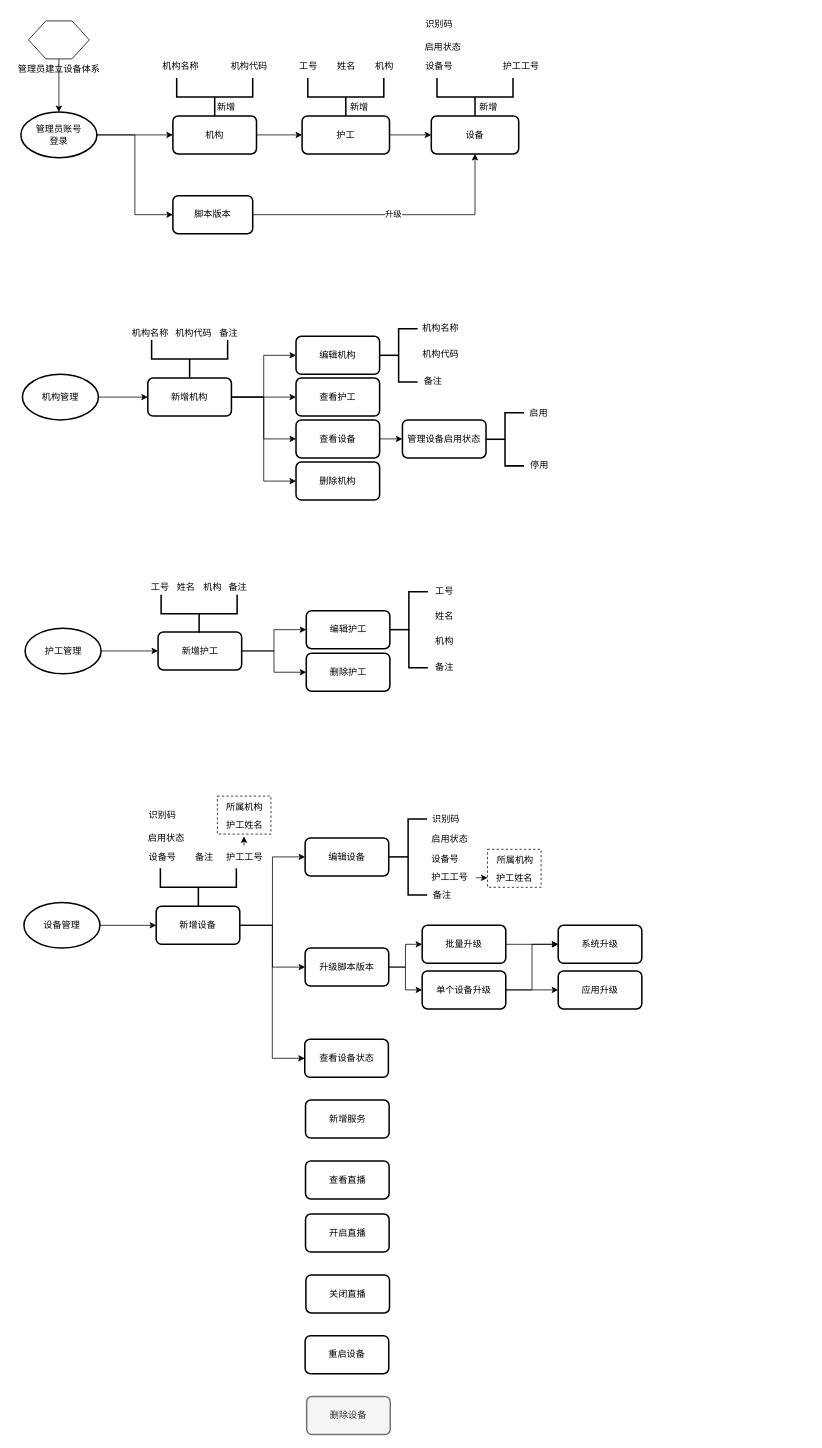
star-devil/diagramsFiles keeps this draw.io diagram as 雷达.drawio. Above is the earlier version. Source tidied: cells renumbered, new cells numbered last; positions are measured from the earlier drawing's top-left corner, leaving out a move shared by most shapes. Both pictures are drawn from the tidied source at 76%, with x=0, y=0 at pixel (21, 13).
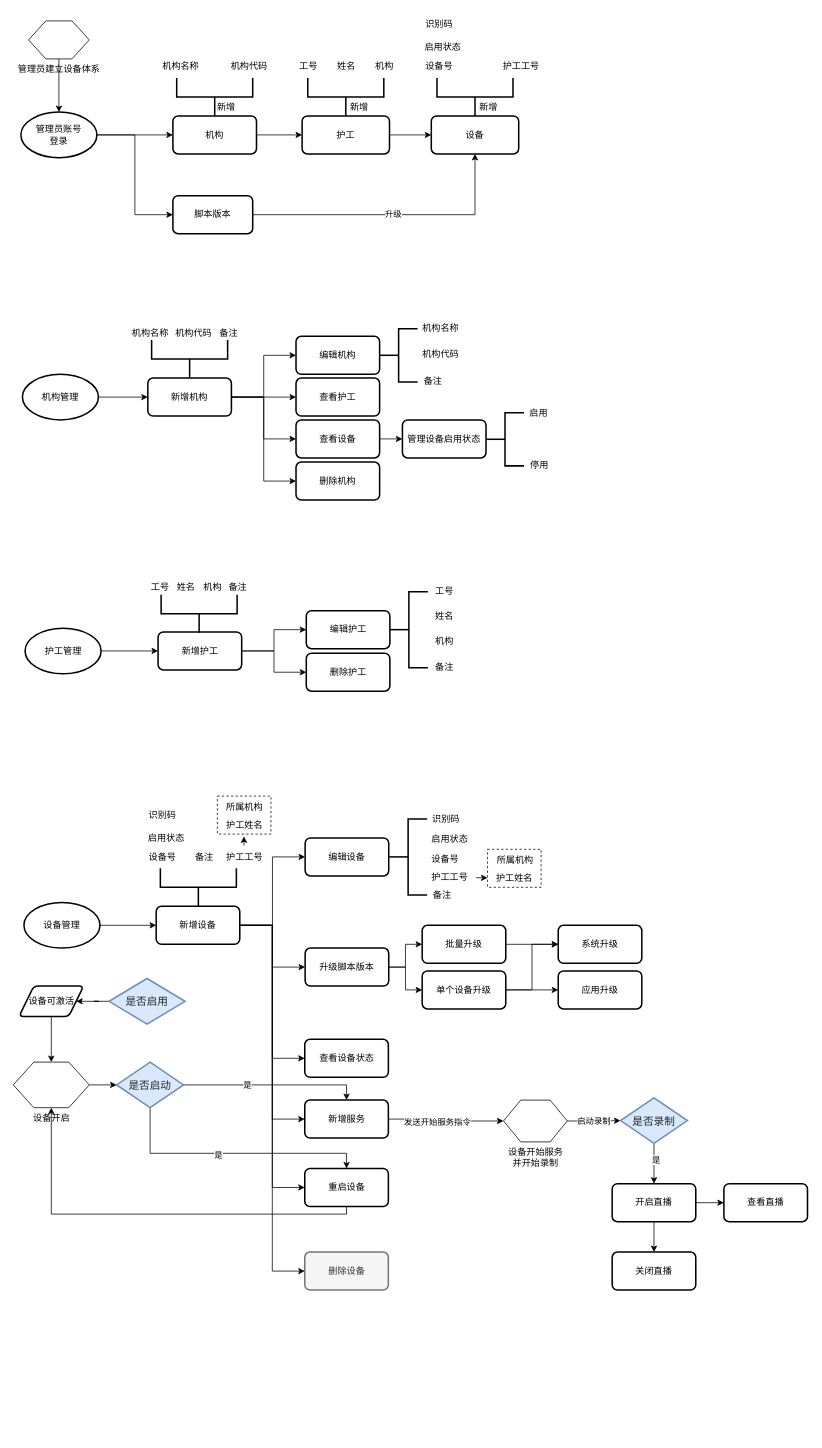
The same page after the edit.

Unchanged cells that the change refers to:
```xml
<mxCell id="76" value="新增设备" style="rounded=1;whiteSpace=wrap;html=1;absoluteArcSize=1;arcSize=14;strokeWidth=2;" parent="1" vertex="1">
  <mxGeometry x="178" y="1175" width="110" height="50" as="geometry" />
</mxCell>
```

Change to the diagram source:
```diff
@@
+    <mxCell id="117" style="edgeStyle=orthogonalEdgeStyle;rounded=0;jettySize=auto;html=1;exitX=1;exitY=0.5;exitDx=0;exitDy=0;entryX=0;entryY=0.5;entryDx=0;entryDy=0;" parent="1" edge="1" source="76" target="108">
+      <mxGeometry relative="1" as="geometry" />
+    </mxCell>
+    <mxCell id="118" style="edgeStyle=orthogonalEdgeStyle;rounded=0;jettySize=auto;html=1;exitX=1;exitY=0.5;exitDx=0;exitDy=0;entryX=0;entryY=0.5;entryDx=0;entryDy=0;" parent="1" edge="1" source="76" target="112">
+      <mxGeometry relative="1" as="geometry" />
+    </mxCell>
+    <mxCell id="119" style="edgeStyle=orthogonalEdgeStyle;rounded=0;jettySize=auto;html=1;exitX=1;exitY=0.5;exitDx=0;exitDy=0;entryX=0;entryY=0.5;entryDx=0;entryDy=0;" parent="1" edge="1" source="76" target="107">
+      <mxGeometry relative="1" as="geometry" />
+    </mxCell>
@@
     <mxCell id="107" value="删除设备" style="rounded=1;whiteSpace=wrap;html=1;absoluteArcSize=1;arcSize=14;strokeWidth=2;fillColor=#f5f5f5;fontColor=#333333;strokeColor=#757575;" parent="1" vertex="1">
-      <mxGeometry x="376" y="1820" width="110" height="50" as="geometry" />
+      <mxGeometry x="373.5" y="1630" width="110" height="50" as="geometry" />
     </mxCell>
+    <mxCell id="120" style="edgeStyle=orthogonalEdgeStyle;rounded=0;jettySize=auto;html=1;exitX=1;exitY=0.5;exitDx=0;exitDy=0;entryX=0;entryY=0.5;entryDx=0;entryDy=0;" parent="1" edge="1" source="108" target="126">
+      <mxGeometry relative="1" as="geometry" />
+    </mxCell>
+    <mxCell id="121" value="发送开始服务指令" style="edgeLabel;html=1;align=center;verticalAlign=middle;" parent="120" vertex="1">
+      <mxGeometry x="-0.18" y="-3" relative="1" as="geometry">
+        <mxPoint x="1" as="offset" />
+      </mxGeometry>
+    </mxCell>
     <mxCell id="108" value="新增服务" style="rounded=1;whiteSpace=wrap;html=1;absoluteArcSize=1;arcSize=14;strokeWidth=2;" parent="1" vertex="1">
-      <mxGeometry x="374.5" y="1430" width="110" height="50" as="geometry" />
+      <mxGeometry x="373.5" y="1430" width="110" height="50" as="geometry" />
     </mxCell>
     <mxCell id="109" value="查看直播" style="rounded=1;whiteSpace=wrap;html=1;absoluteArcSize=1;arcSize=14;strokeWidth=2;" parent="1" vertex="1">
-      <mxGeometry x="374.5" y="1510" width="110" height="50" as="geometry" />
+      <mxGeometry x="925" y="1540" width="110" height="50" as="geometry" />
     </mxCell>
+    <mxCell id="122" style="edgeStyle=orthogonalEdgeStyle;rounded=0;jettySize=auto;html=1;exitX=0.5;exitY=1;exitDx=0;exitDy=0;" parent="1" edge="1" source="110" target="111">
+      <mxGeometry relative="1" as="geometry" />
+    </mxCell>
+    <mxCell id="123" style="edgeStyle=orthogonalEdgeStyle;rounded=0;jettySize=auto;html=1;exitX=1;exitY=0.5;exitDx=0;exitDy=0;entryX=0;entryY=0.5;entryDx=0;entryDy=0;fontColor=#FFFFFF;" parent="1" edge="1" source="110" target="109">
+      <mxGeometry relative="1" as="geometry" />
+    </mxCell>
     <mxCell id="110" value="开启直播" style="rounded=1;whiteSpace=wrap;html=1;absoluteArcSize=1;arcSize=14;strokeWidth=2;" parent="1" vertex="1">
-      <mxGeometry x="374.5" y="1580" width="110" height="50" as="geometry" />
+      <mxGeometry x="778" y="1540" width="110" height="50" as="geometry" />
     </mxCell>
     <mxCell id="111" value="关闭直播" style="rounded=1;whiteSpace=wrap;html=1;absoluteArcSize=1;arcSize=14;strokeWidth=2;" parent="1" vertex="1">
-      <mxGeometry x="375" y="1660" width="110" height="50" as="geometry" />
+      <mxGeometry x="778" y="1630" width="110" height="50" as="geometry" />
     </mxCell>
+    <mxCell id="124" style="edgeStyle=orthogonalEdgeStyle;rounded=0;jettySize=auto;html=1;exitX=0.5;exitY=1;exitDx=0;exitDy=0;" parent="1" edge="1" source="112" target="135">
+      <mxGeometry relative="1" as="geometry">
+        <Array as="points">
+          <mxPoint x="429" y="1580" />
+          <mxPoint x="40" y="1580" />
+        </Array>
+      </mxGeometry>
+    </mxCell>
     <mxCell id="112" value="重启设备" style="rounded=1;whiteSpace=wrap;html=1;absoluteArcSize=1;arcSize=14;strokeWidth=2;" parent="1" vertex="1">
-      <mxGeometry x="374" y="1740" width="110" height="50" as="geometry" />
+      <mxGeometry x="373.5" y="1520" width="110" height="50" as="geometry" />
     </mxCell>
@@
+    <mxCell id="125" value="启动录制" style="edgeStyle=orthogonalEdgeStyle;rounded=0;jettySize=auto;html=1;exitX=1;exitY=0.5;exitDx=0;exitDy=0;entryX=0;entryY=0.5;entryDx=0;entryDy=0;entryPerimeter=0;" parent="1" edge="1" source="126" target="138">
+      <mxGeometry relative="1" as="geometry" />
+    </mxCell>
+    <mxCell id="126" value="设备开始服务&lt;br&gt;并开始录制" style="verticalLabelPosition=bottom;verticalAlign=top;html=1;shape=hexagon;perimeter=hexagonPerimeter2;arcSize=6;size=0.27;strokeColor=#000000;fillColor=none;" parent="1" vertex="1">
+      <mxGeometry x="635" y="1430" width="84" height="55" as="geometry" />
+    </mxCell>
+    <mxCell id="127" style="edgeStyle=orthogonalEdgeStyle;rounded=0;jettySize=auto;html=1;exitX=1;exitY=0.5;exitDx=0;exitDy=0;exitPerimeter=0;entryX=0.5;entryY=0;entryDx=0;entryDy=0;" parent="1" edge="1" source="131" target="108">
+      <mxGeometry relative="1" as="geometry">
+        <Array as="points">
+          <mxPoint x="214" y="1410" />
+          <mxPoint x="429" y="1410" />
+        </Array>
+      </mxGeometry>
+    </mxCell>
+    <mxCell id="128" value="是" style="edgeLabel;html=1;align=center;verticalAlign=middle;" parent="127" vertex="1">
+      <mxGeometry x="-0.29" y="1" relative="1" as="geometry" />
+    </mxCell>
+    <mxCell id="129" style="edgeStyle=orthogonalEdgeStyle;rounded=0;jettySize=auto;html=1;exitX=0.5;exitY=1;exitDx=0;exitDy=0;exitPerimeter=0;entryX=0.5;entryY=0;entryDx=0;entryDy=0;" parent="1" edge="1" source="131" target="112">
+      <mxGeometry relative="1" as="geometry">
+        <Array as="points">
+          <mxPoint x="170" y="1500" />
+          <mxPoint x="429" y="1500" />
+        </Array>
+      </mxGeometry>
+    </mxCell>
+    <mxCell id="130" value="是" style="edgeLabel;html=1;align=center;verticalAlign=middle;" parent="129" vertex="1">
+      <mxGeometry x="-0.12" y="-2" relative="1" as="geometry" />
+    </mxCell>
+    <mxCell id="131" value="&lt;span style=&quot;color: rgba(0, 0, 0, 0.85); font-family: Avenir, &amp;quot;Helvetica Neue&amp;quot;, Arial, Helvetica, sans-serif; font-size: 14px; text-align: left;&quot;&gt;是否启动&lt;/span&gt;" style="strokeWidth=2;html=1;shape=mxgraph.flowchart.decision;whiteSpace=wrap;strokeColor=#6c8ebf;fillColor=#dae8fc;labelBackgroundColor=none;" parent="1" vertex="1">
+      <mxGeometry x="126" y="1380" width="88" height="60" as="geometry" />
+    </mxCell>
+    <mxCell id="132" style="edgeStyle=orthogonalEdgeStyle;rounded=0;jettySize=auto;html=1;exitX=0;exitY=0.5;exitDx=0;exitDy=0;exitPerimeter=0;" parent="1" edge="1" source="133" target="140">
+      <mxGeometry relative="1" as="geometry" />
+    </mxCell>
+    <mxCell id="133" value="&lt;span style=&quot;color: rgba(0, 0, 0, 0.85); font-family: Avenir, &amp;quot;Helvetica Neue&amp;quot;, Arial, Helvetica, sans-serif; font-size: 14px; text-align: left;&quot;&gt;是否启用&lt;/span&gt;" style="strokeWidth=2;html=1;shape=mxgraph.flowchart.decision;whiteSpace=wrap;strokeColor=#6c8ebf;fillColor=#dae8fc;labelBackgroundColor=none;" parent="1" vertex="1">
+      <mxGeometry x="116" y="1270" width="100" height="60" as="geometry" />
+    </mxCell>
+    <mxCell id="134" style="edgeStyle=orthogonalEdgeStyle;rounded=0;jettySize=auto;html=1;exitX=1;exitY=0.5;exitDx=0;exitDy=0;entryX=0;entryY=0.5;entryDx=0;entryDy=0;entryPerimeter=0;" parent="1" edge="1" source="135" target="131">
+      <mxGeometry relative="1" as="geometry" />
+    </mxCell>
+    <mxCell id="135" value="设备开启" style="verticalLabelPosition=bottom;verticalAlign=top;html=1;shape=hexagon;perimeter=hexagonPerimeter2;arcSize=6;size=0.27;strokeColor=#000000;fillColor=none;" parent="1" vertex="1">
+      <mxGeometry x="-10" y="1380" width="100" height="60" as="geometry" />
+    </mxCell>
+    <mxCell id="136" style="edgeStyle=orthogonalEdgeStyle;rounded=0;jettySize=auto;html=1;exitX=0.5;exitY=1;exitDx=0;exitDy=0;exitPerimeter=0;" parent="1" edge="1" source="138" target="110">
+      <mxGeometry relative="1" as="geometry" />
+    </mxCell>
+    <mxCell id="137" value="是" style="edgeLabel;html=1;align=center;verticalAlign=middle;" parent="136" vertex="1">
+      <mxGeometry x="-0.2" y="2" relative="1" as="geometry" />
+    </mxCell>
+    <mxCell id="138" value="&lt;span style=&quot;color: rgba(0, 0, 0, 0.85); font-family: Avenir, &amp;quot;Helvetica Neue&amp;quot;, Arial, Helvetica, sans-serif; font-size: 14px; text-align: left;&quot;&gt;是否录制&lt;/span&gt;" style="strokeWidth=2;html=1;shape=mxgraph.flowchart.decision;whiteSpace=wrap;strokeColor=#6c8ebf;fillColor=#dae8fc;labelBackgroundColor=none;" parent="1" vertex="1">
+      <mxGeometry x="789" y="1427" width="88" height="60" as="geometry" />
+    </mxCell>
+    <mxCell id="139" style="edgeStyle=orthogonalEdgeStyle;rounded=0;jettySize=auto;html=1;exitX=0.5;exitY=1;exitDx=0;exitDy=0;entryX=0.5;entryY=0;entryDx=0;entryDy=0;" parent="1" edge="1" source="140" target="135">
+      <mxGeometry relative="1" as="geometry" />
+    </mxCell>
+    <mxCell id="140" value="设备可激活" style="shape=parallelogram;html=1;strokeWidth=2;perimeter=parallelogramPerimeter;whiteSpace=wrap;rounded=1;arcSize=12;size=0.23;strokeColor=#000000;fillColor=none;" parent="1" vertex="1">
+      <mxGeometry x="-2.5" y="1280" width="85" height="40" as="geometry" />
+    </mxCell>
```
